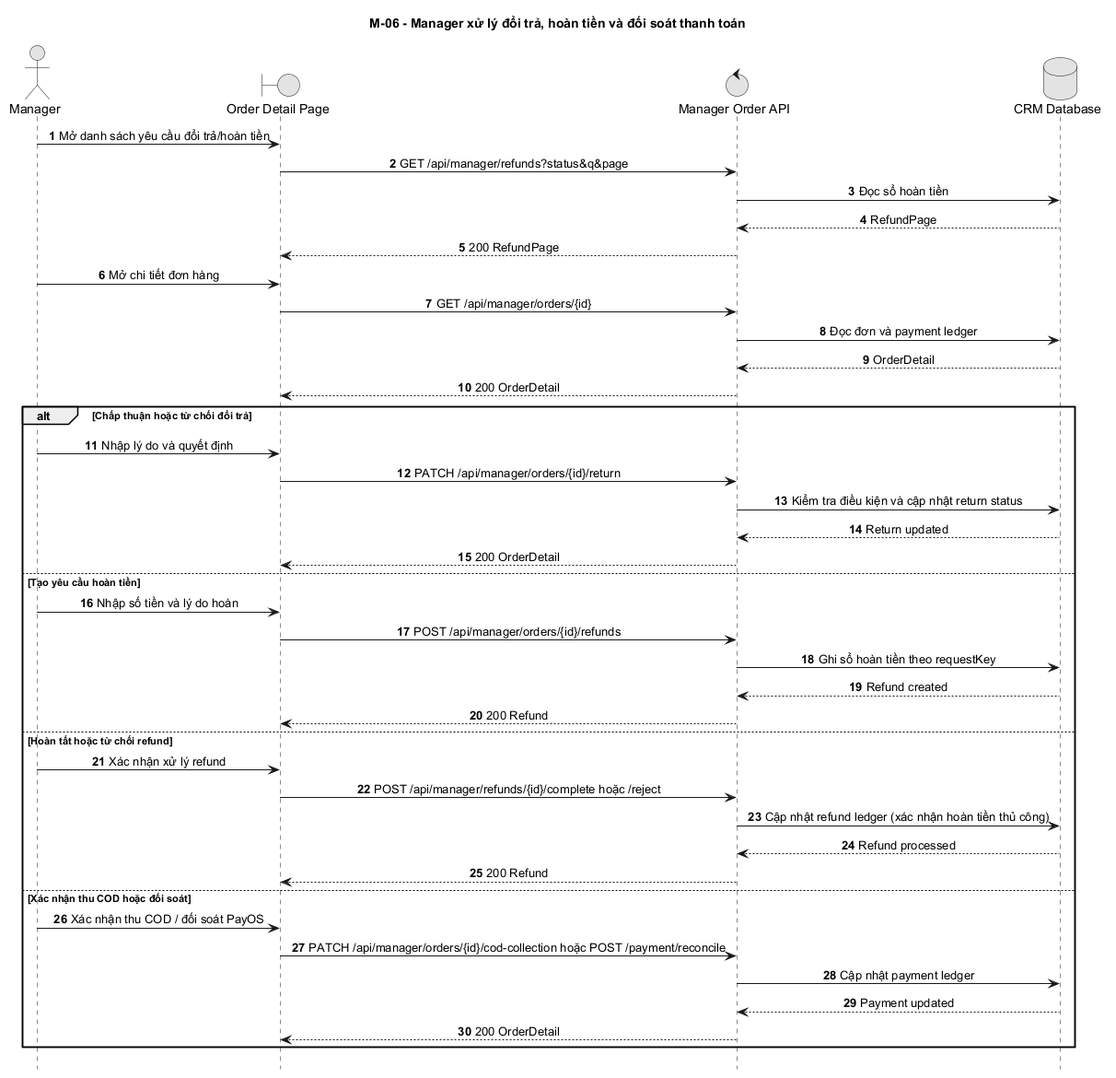
Before: docs/diagrams/sequence-new/manager/M-06-return-refund-payment.png, a diagram exported from PlantUML (duygri/do-an-htttdn-crm). The source it was exported from:
```plantuml
@startuml
title M-06 - Manager xử lý đổi trả, hoàn tiền và đối soát thanh toán
autonumber
hide footbox
skinparam monochrome true
skinparam sequenceMessageAlign center
skinparam responseMessageBelowArrow true

actor Manager
boundary "Order Detail Page" as Web
control "Manager Order API" as API
database "CRM Database" as DB

Manager -> Web: Mở danh sách yêu cầu đổi trả/hoàn tiền
Web -> API: GET /api/manager/refunds?status&q&page
API -> DB: Đọc sổ hoàn tiền
DB --> API: RefundPage
API --> Web: 200 RefundPage

Manager -> Web: Mở chi tiết đơn hàng
Web -> API: GET /api/manager/orders/{id}
API -> DB: Đọc đơn và payment ledger
DB --> API: OrderDetail
API --> Web: 200 OrderDetail

alt Chấp thuận hoặc từ chối đổi trả
  Manager -> Web: Nhập lý do và quyết định
  Web -> API: PATCH /api/manager/orders/{id}/return
  API -> DB: Kiểm tra điều kiện và cập nhật return status
  DB --> API: Return updated
  API --> Web: 200 OrderDetail
else Tạo yêu cầu hoàn tiền
  Manager -> Web: Nhập số tiền và lý do hoàn
  Web -> API: POST /api/manager/orders/{id}/refunds
  API -> DB: Ghi sổ hoàn tiền theo requestKey
  DB --> API: Refund created
  API --> Web: 200 Refund
else Hoàn tất hoặc từ chối refund
  Manager -> Web: Xác nhận xử lý refund
  Web -> API: POST /api/manager/refunds/{id}/complete hoặc /reject
  API -> DB: Cập nhật refund ledger (xác nhận hoàn tiền thủ công)
  DB --> API: Refund processed
  API --> Web: 200 Refund
else Xác nhận thu COD hoặc đối soát
  Manager -> Web: Xác nhận thu COD / đối soát PayOS
  Web -> API: PATCH /api/manager/orders/{id}/cod-collection hoặc POST /payment/reconcile
  API -> DB: Cập nhật payment ledger
  DB --> API: Payment updated
  API --> Web: 200 OrderDetail
end
@enduml
```
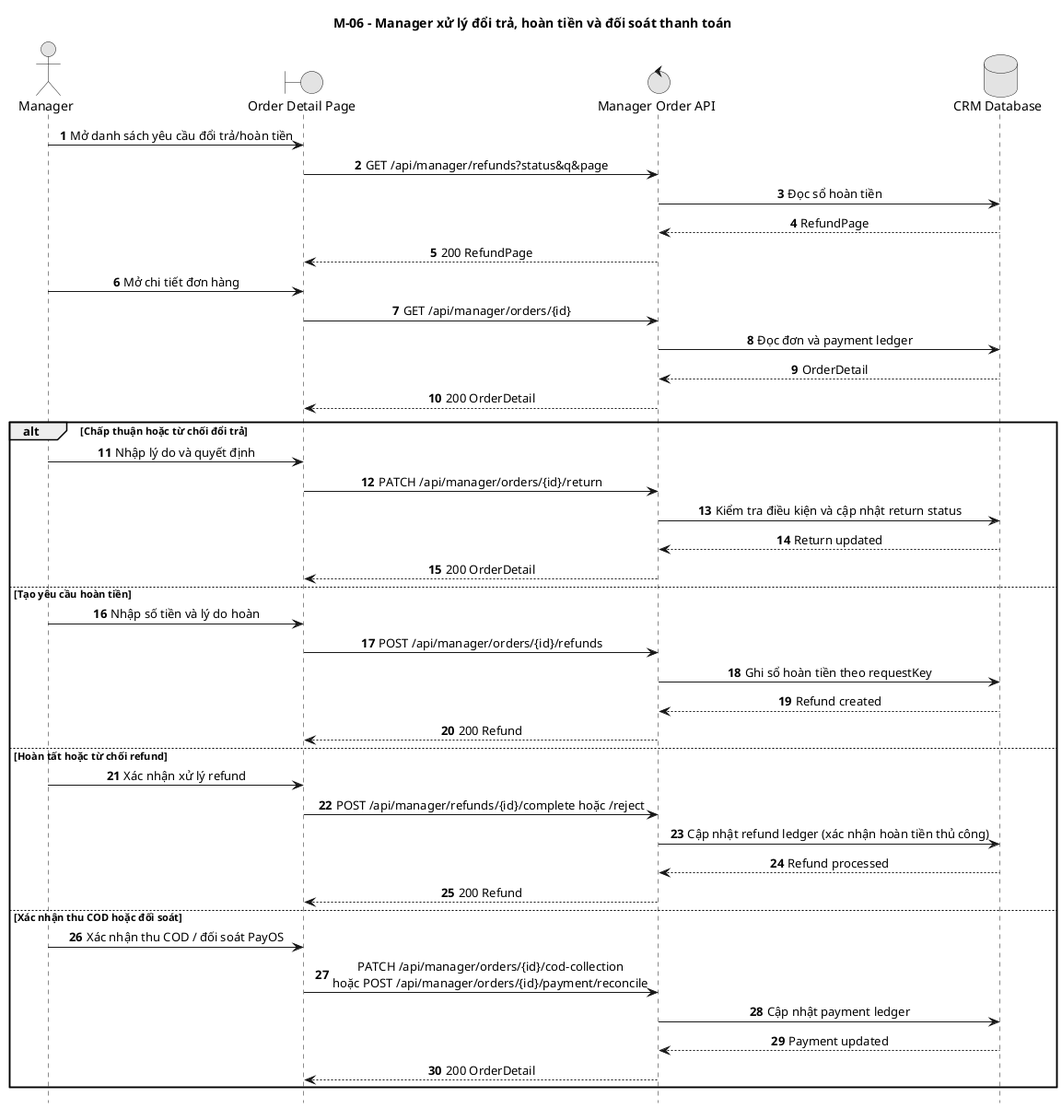
Later version of the same file.

What changed in the source:
```diff
@@ -43,7 +43,7 @@
   API --> Web: 200 Refund
 else Xác nhận thu COD hoặc đối soát
   Manager -> Web: Xác nhận thu COD / đối soát PayOS
-  Web -> API: PATCH /api/manager/orders/{id}/cod-collection hoặc POST /payment/reconcile
+  Web -> API: PATCH /api/manager/orders/{id}/cod-collection\nhoặc POST /api/manager/orders/{id}/payment/reconcile
   API -> DB: Cập nhật payment ledger
   DB --> API: Payment updated
   API --> Web: 200 OrderDetail
```
